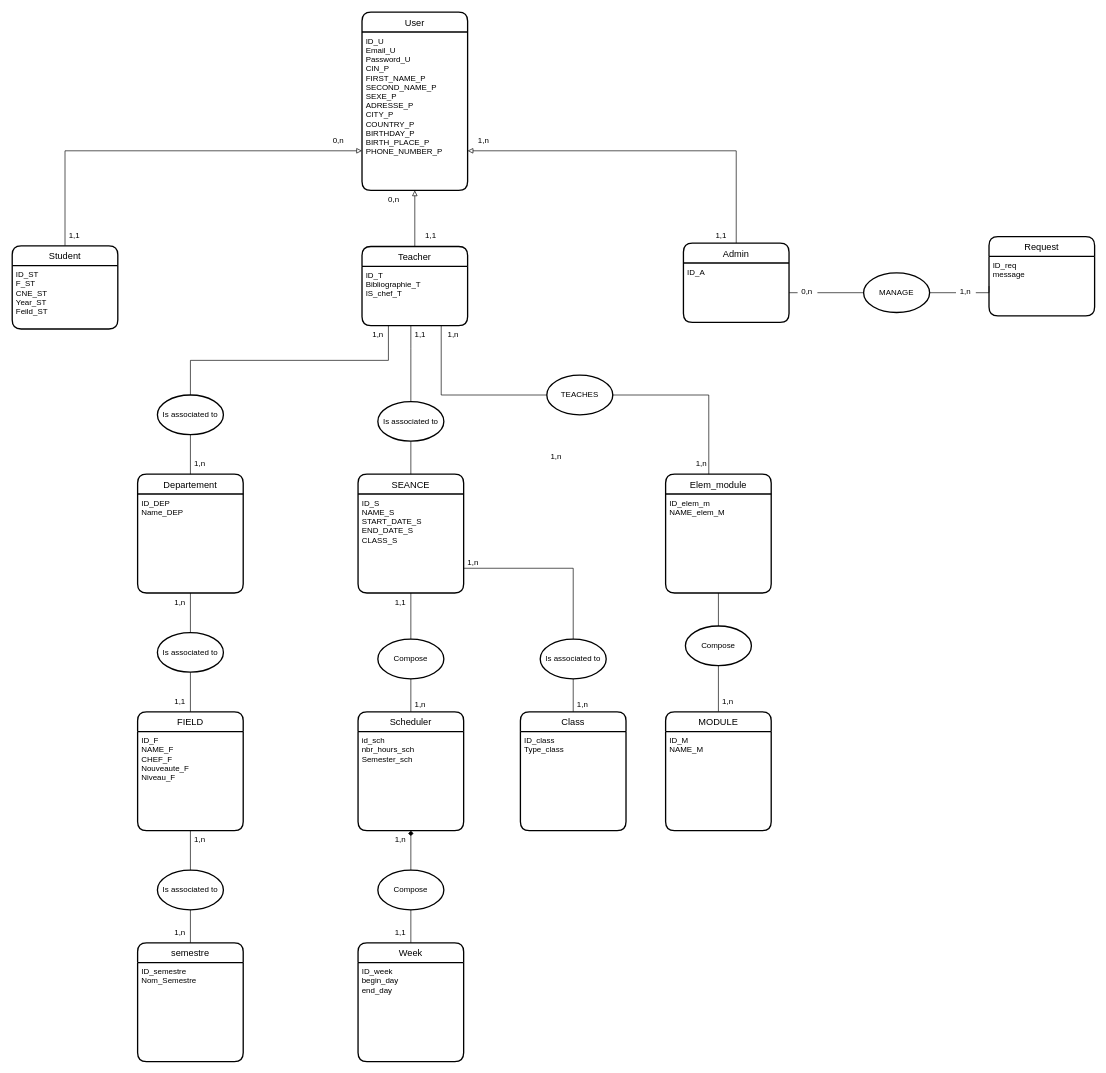
Above: Untitled Diagram.drawio in othy1010/TodoList-Project-GUI (draw.io), before the change. Source tidied: cells renumbered, new cells numbered last; positions are measured from the earlier drawing's top-left corner, leaving out a move shared by most shapes. Both pictures are drawn from the tidied source at 66%, with x=0, y=0 at pixel (12, 12).
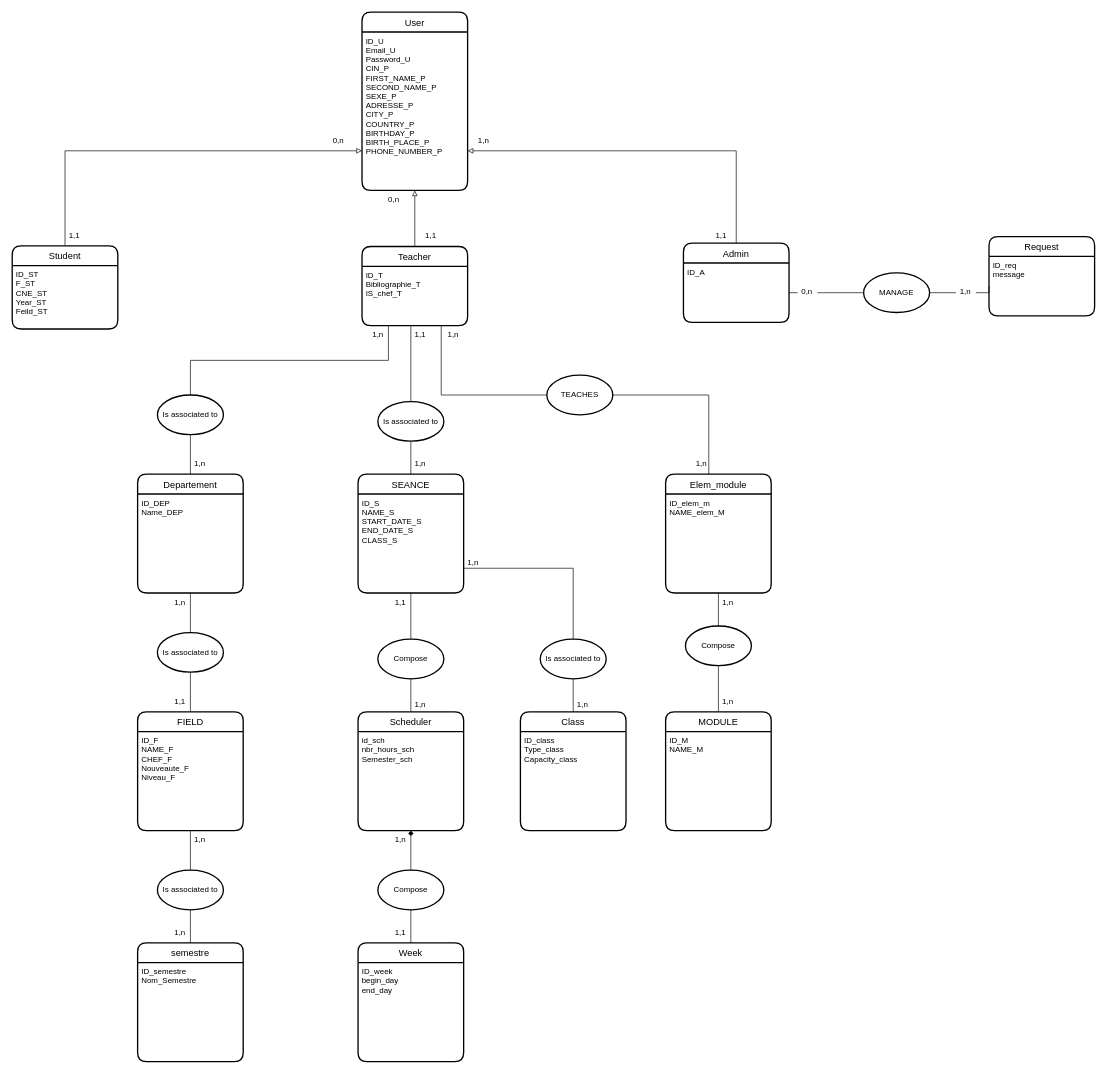
The same page after the edit.

The change refers to these unchanged cells:
```xml
<mxCell id="77" value="Class" style="swimlane;horizontal=1;startSize=30;rounded=1;fontSize=14;fontStyle=0;strokeWidth=2;shadow=0;dashed=0;align=center;" parent="1" vertex="1">
  <mxGeometry x="770" y="1060" width="160" height="180" as="geometry" />
</mxCell>
```

The edit, as a diff of the source:
```diff
@@
     <mxCell id="75" value="1,n" style="text;strokeColor=none;fillColor=none;spacingLeft=4;spacingRight=4;overflow=hidden;fontSize=12;" parent="1" vertex="1">
-      <mxGeometry x="810" y="660" width="30" height="30" as="geometry" />
+      <mxGeometry x="604" y="670" width="30" height="30" as="geometry" />
     </mxCell>
@@
-    <mxCell id="78" value="ID_class&#10;Type_class" style="align=left;strokeColor=none;fillColor=none;spacingLeft=4;fontSize=12;verticalAlign=top;" parent="77" vertex="1">
+    <mxCell id="78" value="ID_class&#10;Type_class&#10;Capacity_class" style="align=left;strokeColor=none;fillColor=none;spacingLeft=4;fontSize=12;verticalAlign=top;" parent="77" vertex="1">
       <mxGeometry y="30" width="160" height="150" as="geometry" />
     </mxCell>
@@
+    <mxCell id="88" value="1,n" style="text;strokeColor=none;fillColor=none;spacingLeft=4;spacingRight=4;overflow=hidden;fontSize=12;" parent="1" vertex="1">
+      <mxGeometry x="1070" y="880" width="30" height="30" as="geometry" />
+    </mxCell>
```
